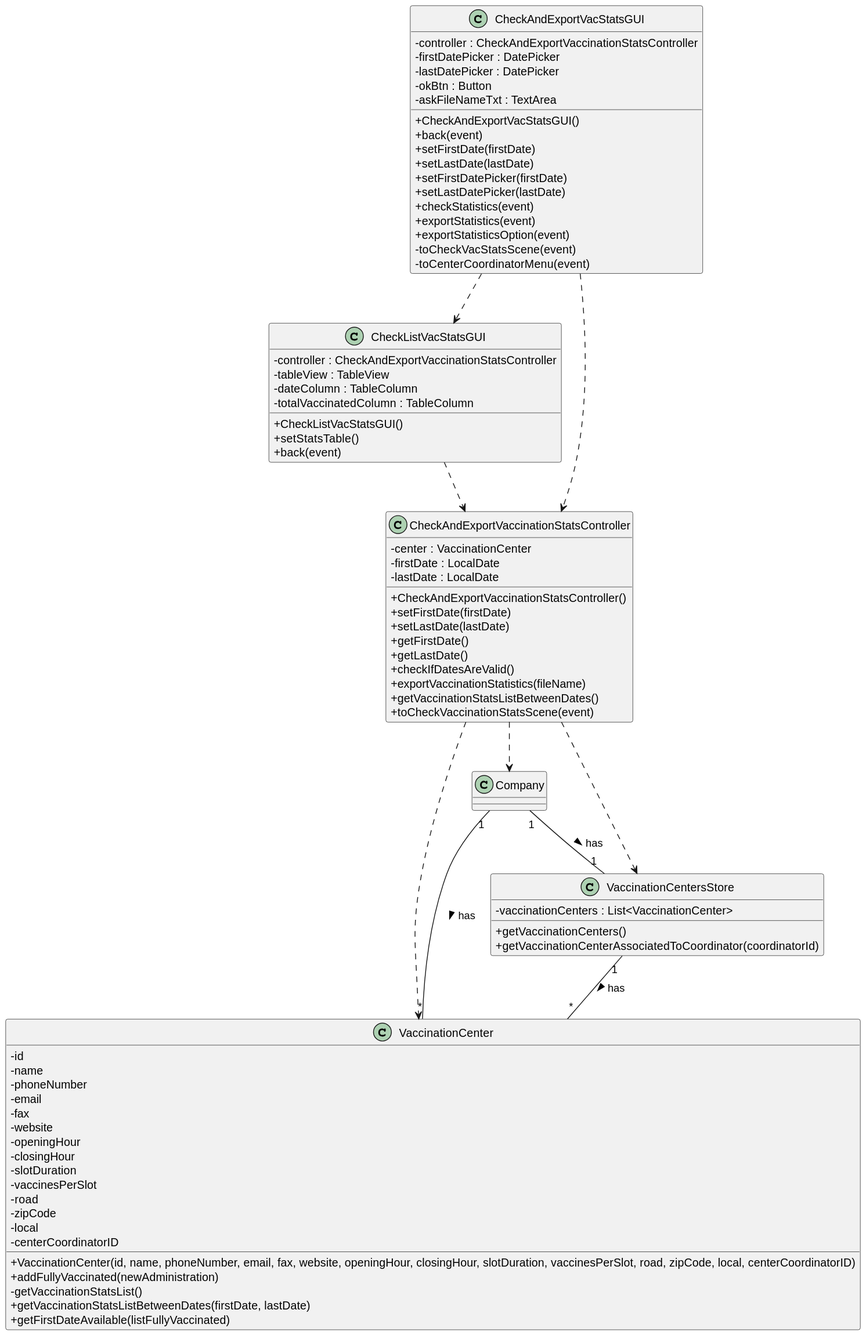
Earlier version of the PlantUML export docs/SprintD/US015/US015_CD.svg (Pirussa/lei-22-s2-1da-g02). Source of this version:
```plantuml
@startuml
skinparam classAttributeIconSize 0



class CheckAndExportVacStatsGUI {
-controller : CheckAndExportVaccinationStatsController
-firstDatePicker : DatePicker
-lastDatePicker : DatePicker
-okBtn : Button
-askFileNameTxt : TextArea

+CheckAndExportVacStatsGUI()
+back(event)
+setFirstDate(firstDate)
+setLastDate(lastDate)
+setFirstDatePicker(firstDate)
+setLastDatePicker(lastDate)
+checkStatistics(event)
+exportStatistics(event)
+exportStatisticsOption(event)
-toCheckVacStatsScene(event)
-toCenterCoordinatorMenu(event)

}

class CheckListVacStatsGUI {
-controller : CheckAndExportVaccinationStatsController
-tableView : TableView
-dateColumn : TableColumn
-totalVaccinatedColumn : TableColumn
+CheckListVacStatsGUI()
+setStatsTable()
+back(event)
}



class CheckAndExportVaccinationStatsController {
-center : VaccinationCenter
- firstDate : LocalDate
- lastDate : LocalDate
+CheckAndExportVaccinationStatsController()
+setFirstDate(firstDate)
+setLastDate(lastDate)
+getFirstDate()
+getLastDate()
+checkIfDatesAreValid()
+exportVaccinationStatistics(fileName)
+getVaccinationStatsListBetweenDates()
+toCheckVaccinationStatsScene(event)
}



class Company{

}

class VaccinationCenter {
-id
-name
-phoneNumber
-email
-fax
-website
-openingHour
-closingHour
-slotDuration
-vaccinesPerSlot
-road
-zipCode
-local
-centerCoordinatorID
+VaccinationCenter(id, name, phoneNumber, email, fax, website, openingHour, closingHour, slotDuration, vaccinesPerSlot, road, zipCode, local, centerCoordinatorID)
+addFullyVaccinated(newAdministration)
-getVaccinationStatsList()
+getVaccinationStatsListBetweenDates(firstDate, lastDate)
+getFirstDateAvailable(listFullyVaccinated)
}

class VaccinationCentersStore {
-vaccinationCenters : List<VaccinationCenter>
+getVaccinationCenters()
+getVaccinationCenterAssociatedToCoordinator(coordinatorId)

}


CheckAndExportVacStatsGUI ..> CheckListVacStatsGUI
CheckAndExportVacStatsGUI ..> CheckAndExportVaccinationStatsController
CheckListVacStatsGUI ..> CheckAndExportVaccinationStatsController


CheckAndExportVaccinationStatsController ..> VaccinationCentersStore
CheckAndExportVaccinationStatsController ..> VaccinationCenter
CheckAndExportVaccinationStatsController ..> Company




Company "1" -- "1" VaccinationCentersStore : has >
Company "1" -- "*" VaccinationCenter : has >
VaccinationCentersStore "1" -- "*" VaccinationCenter : has >


@enduml
```
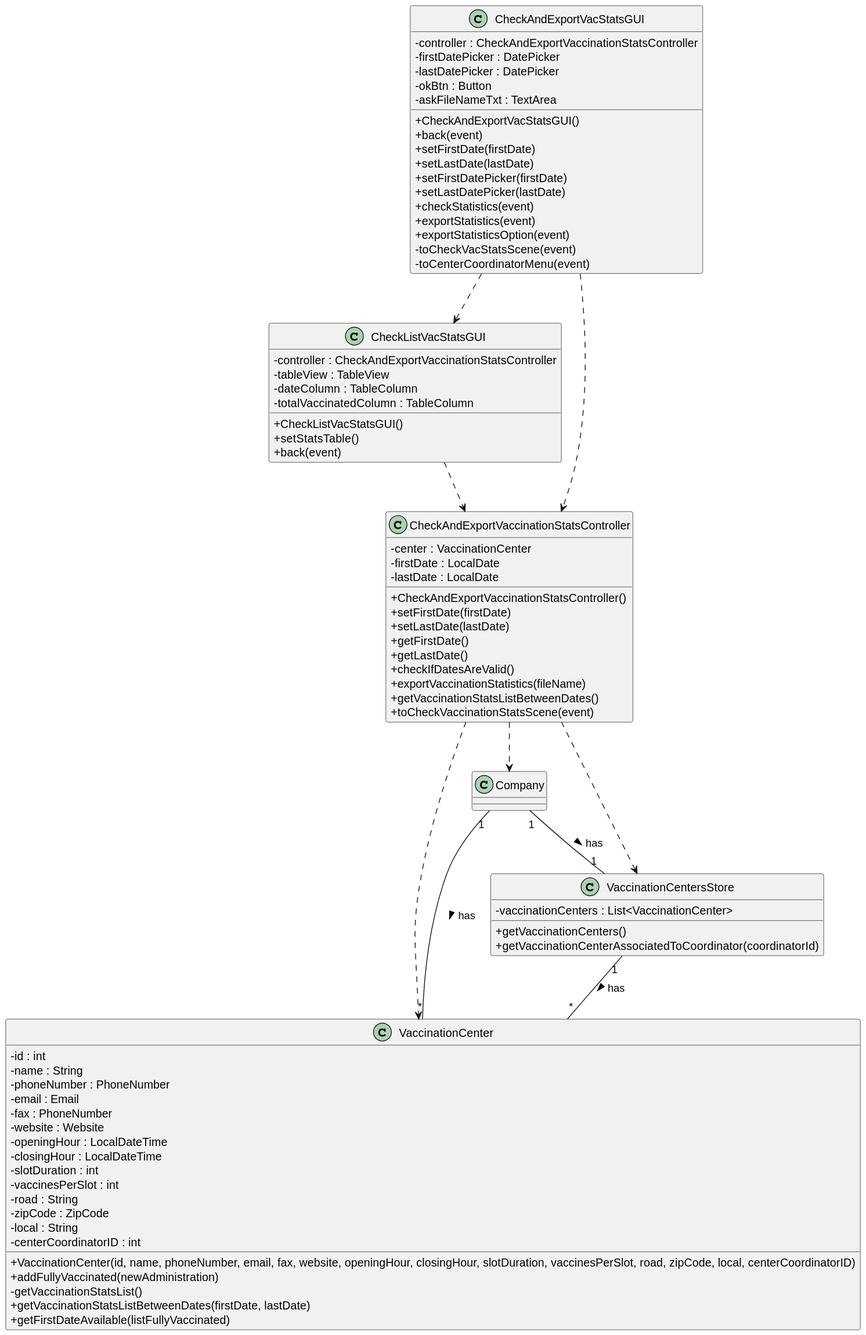
After the change.

What changed in the source:
```diff
@@ -58,20 +58,20 @@
 }
 
 class VaccinationCenter {
--id
--name
--phoneNumber
--email
--fax
--website
--openingHour
--closingHour
--slotDuration
--vaccinesPerSlot
--road
--zipCode
--local
--centerCoordinatorID
+-id : int
+-name : String
+-phoneNumber : PhoneNumber
+-email : Email
+-fax : PhoneNumber
+-website : Website
+-openingHour : LocalDateTime
+-closingHour : LocalDateTime
+-slotDuration : int
+-vaccinesPerSlot : int
+-road : String
+-zipCode : ZipCode
+-local : String
+-centerCoordinatorID : int
 +VaccinationCenter(id, name, phoneNumber, email, fax, website, openingHour, closingHour, slotDuration, vaccinesPerSlot, road, zipCode, local, centerCoordinatorID)
 +addFullyVaccinated(newAdministration)
 -getVaccinationStatsList()
```
